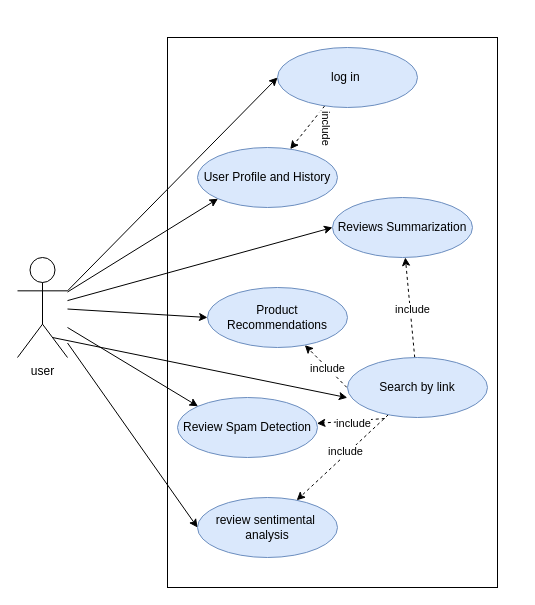
The draw.io diagram grad use case.drawio in amrawni33/grad-UML, before the edit. Source tidied: cells renumbered, new cells numbered last; positions are measured from the earlier drawing's top-left corner, leaving out a move shared by most shapes. Both pictures are drawn from the tidied source at 100%, with x=0, y=0 at pixel (17, 37).
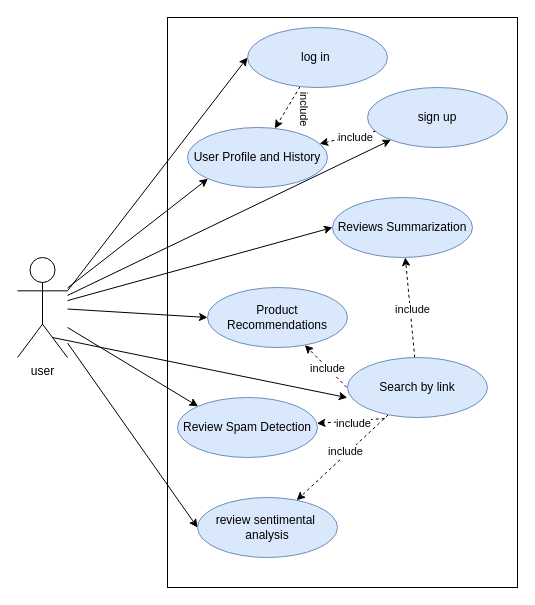
After the change.

Unchanged cells that the change refers to:
```xml
<mxCell id="3" value="user" style="shape=umlActor;verticalLabelPosition=bottom;verticalAlign=top;html=1;outlineConnect=0;strokeWidth=1;" parent="1" vertex="1">
  <mxGeometry y="220" width="50" height="100" as="geometry" />
</mxCell>
```

Diff of the diagram source:
```diff
@@
     <mxCell id="2" style="rounded=0;whiteSpace=wrap;html=1;direction=south;" parent="1" vertex="1">
-      <mxGeometry x="150" width="330" height="550" as="geometry" />
+      <mxGeometry x="150" y="-20" width="350" height="570" as="geometry" />
     </mxCell>
@@
     <mxCell id="6" value="log in&amp;nbsp;" style="ellipse;whiteSpace=wrap;html=1;fillColor=#dae8fc;strokeColor=#6c8ebf;" parent="1" vertex="1">
-      <mxGeometry x="260" y="10" width="140" height="60" as="geometry" />
+      <mxGeometry x="230" y="-10" width="140" height="60" as="geometry" />
     </mxCell>
     <mxCell id="7" value="User Profile and History" style="ellipse;whiteSpace=wrap;html=1;fillColor=#dae8fc;strokeColor=#6c8ebf;" parent="1" vertex="1">
-      <mxGeometry x="180" y="110" width="140" height="60" as="geometry" />
+      <mxGeometry x="170" y="90" width="140" height="60" as="geometry" />
     </mxCell>
@@
+    <mxCell id="28" value="sign up" style="ellipse;whiteSpace=wrap;html=1;fillColor=#dae8fc;strokeColor=#6c8ebf;" parent="1" vertex="1">
+      <mxGeometry x="350" y="50" width="140" height="60" as="geometry" />
+    </mxCell>
+    <mxCell id="29" style="endArrow=classic;html=1;rounded=0;" parent="1" edge="1" source="3" target="28">
+      <mxGeometry relative="1" as="geometry" />
+    </mxCell>
+    <mxCell id="30" style="rounded=0;jettySize=auto;html=1;dashed=1;" parent="1" edge="1" source="28" target="7">
+      <mxGeometry relative="1" as="geometry" />
+    </mxCell>
+    <mxCell id="31" value="include" style="edgeLabel;html=1;align=center;verticalAlign=middle;rotation=0;" parent="30" vertex="1">
+      <mxGeometry x="-0.26" y="-4" relative="1" as="geometry">
+        <mxPoint x="1" y="5" as="offset" />
+      </mxGeometry>
+    </mxCell>
```
